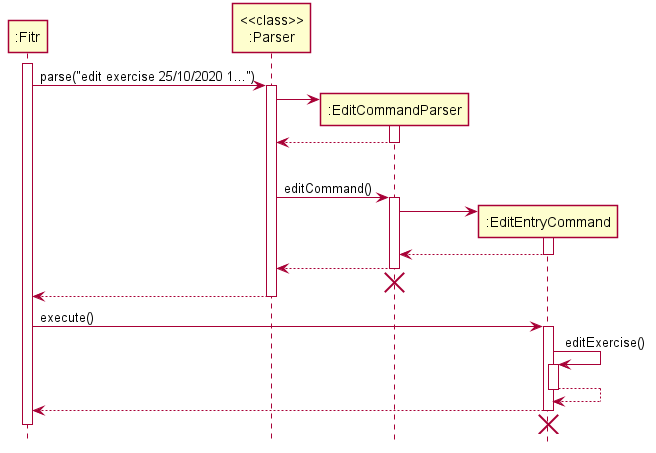
The PlantUML diagram docs/images/EditExerciseSequenceDiagram.png in nus-cs2113-AY2021S1/tp, before a commit.
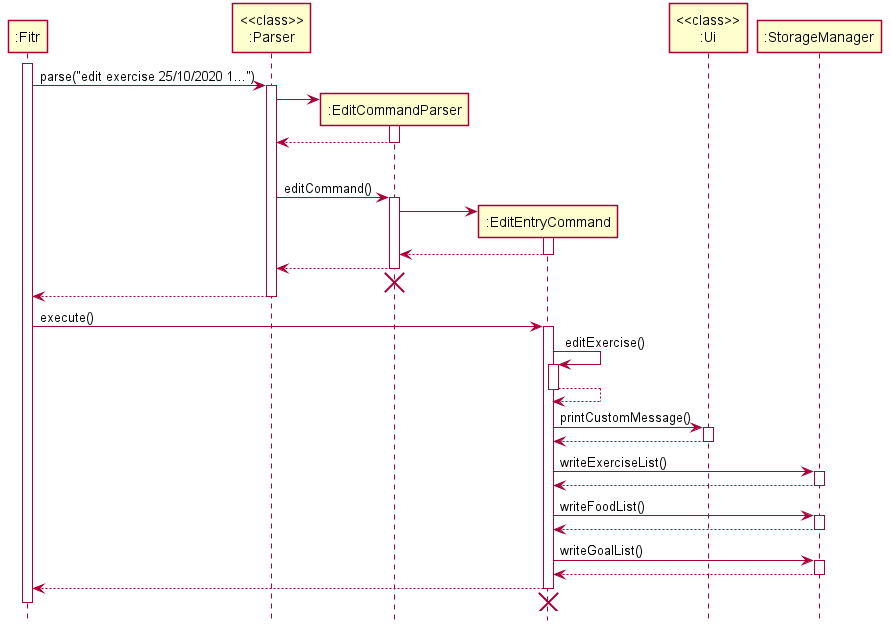
Above is the later version.

What changed in the source:
```diff
@@ -28,6 +28,19 @@
 activate ":EditEntryCommand"
 ":EditEntryCommand" -> ":EditEntryCommand" ++ : editExercise()
 return
+
+":EditEntryCommand" -> "<<class>>\n:Ui" ++ : printCustomMessage()
+return
+
+":EditEntryCommand" -> ":StorageManager" ++ : writeExerciseList()
+return
+
+":EditEntryCommand" -> ":StorageManager" ++ : writeFoodList()
+return
+
+":EditEntryCommand" -> ":StorageManager" ++ : writeGoalList()
+return
+
 ":EditEntryCommand" --> ":Fitr"
 deactivate ":EditEntryCommand"
 ":EditEntryCommand" -[hidden]-> ":Fitr"
```
